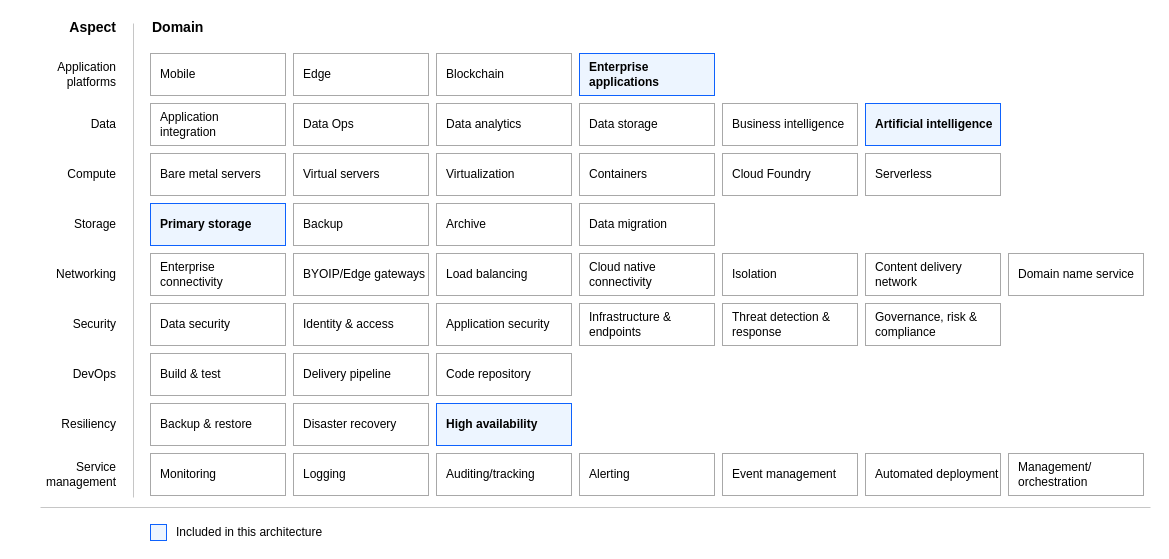
Above: reference-architectures/heat-map.drawio in terraform-ibm-modules/terraform-ibm-watsonx-saas-da (draw.io), before the change. Source tidied: cells renumbered, new cells numbered last; positions are measured from the earlier drawing's top-left corner, leaving out a move shared by most shapes. Both pictures are drawn from the tidied source at 100%, with x=0, y=0 at pixel (17, 17).
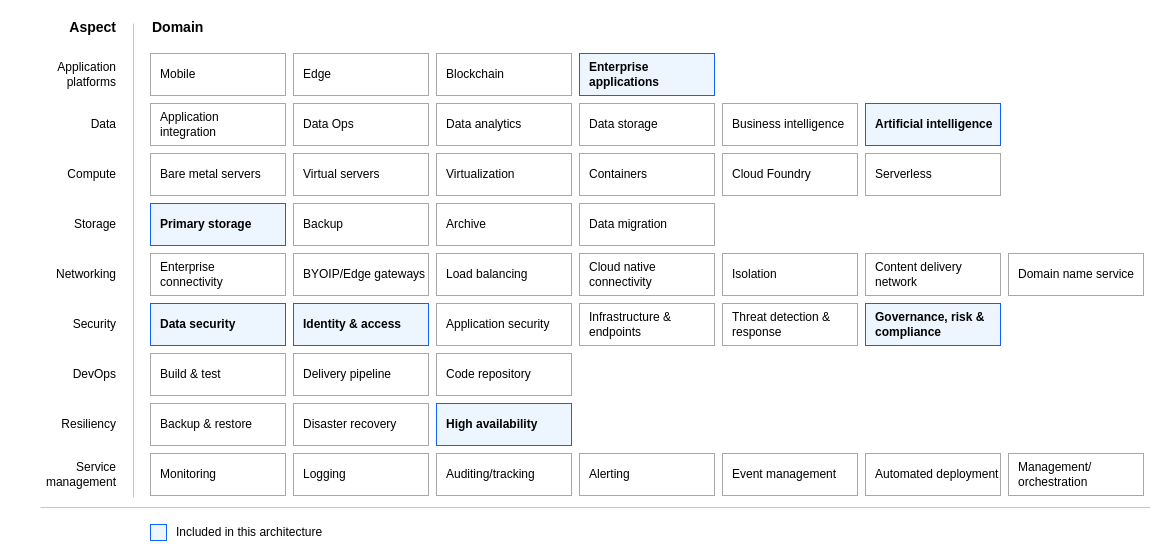
The same page after the edit.

Change to the diagram source:
```diff
@@
-    <mxCell id="8" value="Data security" style="rounded=0;whiteSpace=wrap;html=1;strokeColor=#A8A8A8;align=left;spacingLeft=8;fontFamily=IBM Plex Sans;fontStyle=0;fillColor=default;" parent="1" vertex="1">
+    <mxCell id="8" value="Data security" style="rounded=0;whiteSpace=wrap;html=1;strokeColor=#0E62FD;align=left;spacingLeft=8;fontFamily=IBM Plex Sans;fontStyle=1;fillColor=#EDF5FF;verticalAlign=middle;fontSize=12;fontColor=default;" parent="1" vertex="1">
       <mxGeometry x="133" y="286" width="135" height="42" as="geometry" />
     </mxCell>
@@
-    <mxCell id="32" value="Identity &amp;amp; access" style="rounded=0;whiteSpace=wrap;html=1;strokeColor=#A8A8A8;align=left;spacingLeft=8;fontFamily=IBM Plex Sans;fillColor=default;fontStyle=0;" parent="1" vertex="1">
+    <mxCell id="32" value="Identity &amp;amp; access" style="rounded=0;whiteSpace=wrap;html=1;strokeColor=#0E62FD;align=left;spacingLeft=8;fontFamily=IBM Plex Sans;fillColor=#EDF5FF;fontStyle=1;verticalAlign=middle;fontSize=12;fontColor=default;" parent="1" vertex="1">
       <mxGeometry x="276" y="286" width="135" height="42" as="geometry" />
     </mxCell>
@@
-    <mxCell id="36" value="Governance, risk &amp;amp; compliance" style="rounded=0;whiteSpace=wrap;html=1;strokeColor=#A8A8A8;align=left;spacingLeft=8;fontFamily=IBM Plex Sans;fillColor=default;fontStyle=0;" parent="1" vertex="1">
+    <mxCell id="36" value="Governance, risk &amp;amp; compliance" style="rounded=0;whiteSpace=wrap;html=1;strokeColor=#0E62FD;align=left;spacingLeft=8;fontFamily=IBM Plex Sans;fillColor=#EDF5FF;fontStyle=1;verticalAlign=middle;fontSize=12;fontColor=default;" parent="1" vertex="1">
       <mxGeometry x="848" y="286" width="135" height="42" as="geometry" />
     </mxCell>
```
